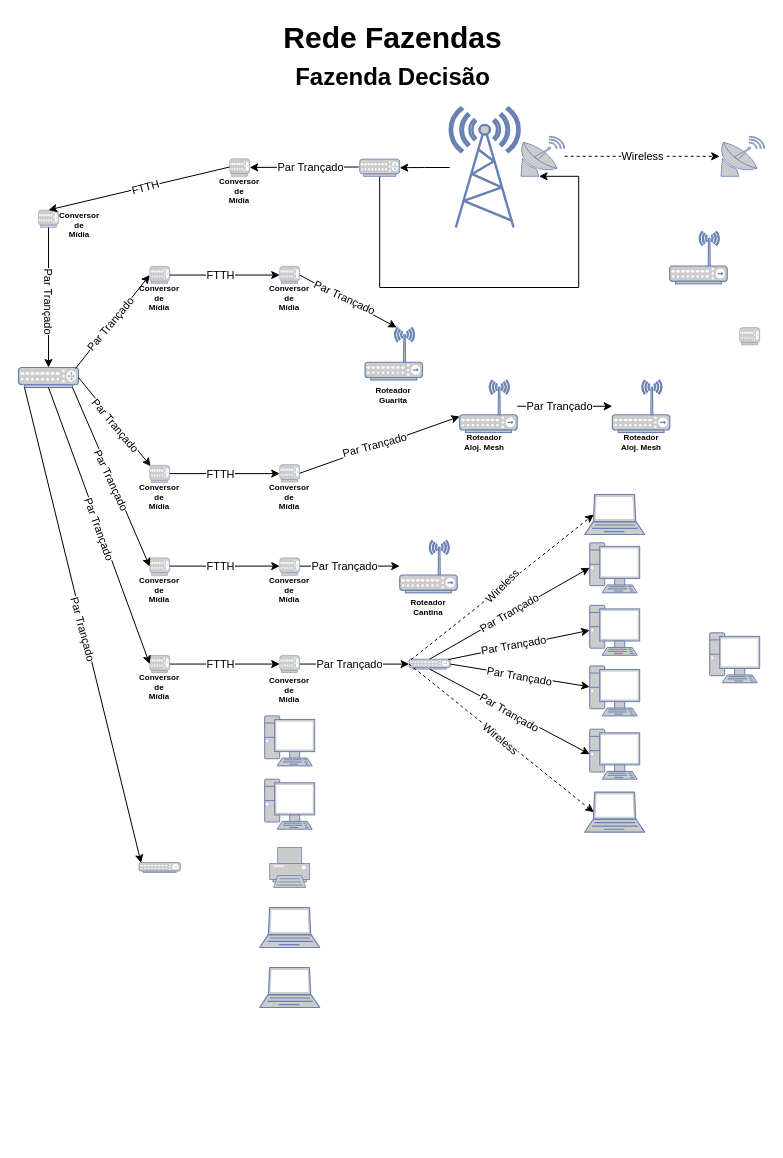
AlbertoPontes/Fluxogramas keeps this draw.io diagram as Diagrama sem nome.drawio. Above is the earlier version. Source tidied: cells renumbered, new cells numbered last; positions are measured from the earlier drawing's top-left corner, leaving out a move shared by most shapes. Both pictures are drawn from the tidied source at 100%, with x=0, y=0 at pixel (18, 17).
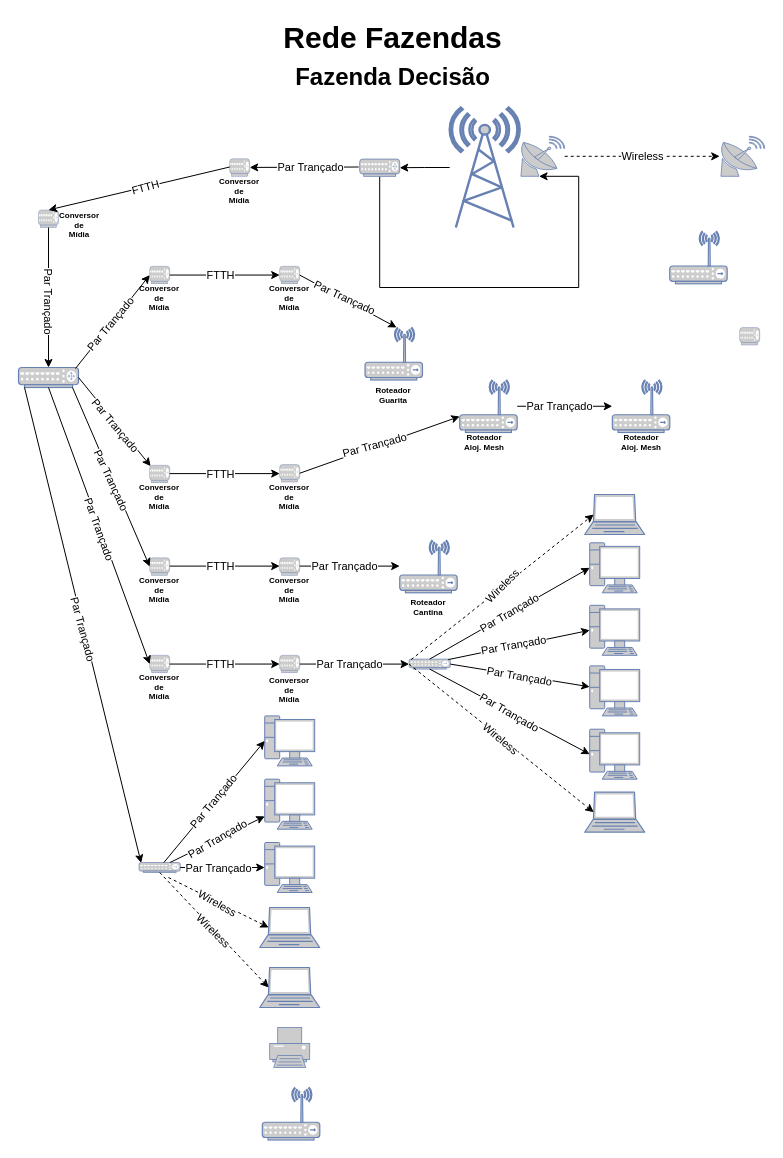
After the change.

The change refers to these unchanged cells:
```xml
<mxCell id="11" style="fontColor=#0066CC;verticalAlign=top;verticalLabelPosition=bottom;labelPosition=center;align=center;html=1;outlineConnect=0;fillColor=#CCCCCC;strokeColor=#6881B3;gradientColor=none;gradientDirection=north;strokeWidth=2;shape=mxgraph.networks.pc;" parent="1" vertex="1">
  <mxGeometry x="246.2" y="698.4" width="50" height="50" as="geometry" />
</mxCell>
<mxCell id="12" style="fontColor=#0066CC;verticalAlign=top;verticalLabelPosition=bottom;labelPosition=center;align=center;html=1;outlineConnect=0;fillColor=#CCCCCC;strokeColor=#6881B3;gradientColor=none;gradientDirection=north;strokeWidth=2;shape=mxgraph.networks.pc;" parent="1" vertex="1">
  <mxGeometry x="246.2" y="761.7" width="50" height="50" as="geometry" />
</mxCell>
<mxCell id="14" style="fontColor=#0066CC;verticalAlign=top;verticalLabelPosition=bottom;labelPosition=center;align=center;html=1;outlineConnect=0;fillColor=#CCCCCC;strokeColor=#6881B3;gradientColor=none;gradientDirection=north;strokeWidth=2;shape=mxgraph.networks.laptop;" parent="1" vertex="1">
  <mxGeometry x="241.2" y="890" width="60" height="40" as="geometry" />
</mxCell>
<mxCell id="15" style="fontColor=#0066CC;verticalAlign=top;verticalLabelPosition=bottom;labelPosition=center;align=center;html=1;outlineConnect=0;fillColor=#CCCCCC;strokeColor=#6881B3;gradientColor=none;gradientDirection=north;strokeWidth=2;shape=mxgraph.networks.laptop;" parent="1" vertex="1">
  <mxGeometry x="241.2" y="950" width="60" height="40" as="geometry" />
</mxCell>
<mxCell id="97" style="fontColor=#0066CC;verticalAlign=top;verticalLabelPosition=bottom;labelPosition=center;align=center;html=1;outlineConnect=0;fillColor=#CCCCCC;strokeColor=#6881B3;gradientColor=none;gradientDirection=north;strokeWidth=2;shape=mxgraph.networks.hub;" parent="1" vertex="1">
  <mxGeometry x="120.6" y="845" width="41.2" height="10" as="geometry" />
</mxCell>
```

The edit, as a diff of the source:
```diff
@@
     <mxCell id="13" style="fontColor=#0066CC;verticalAlign=top;verticalLabelPosition=bottom;labelPosition=center;align=center;html=1;outlineConnect=0;fillColor=#CCCCCC;strokeColor=#6881B3;gradientColor=none;gradientDirection=north;strokeWidth=2;shape=mxgraph.networks.pc;" parent="1" vertex="1">
-      <mxGeometry x="691.2" y="615.3" width="50" height="50" as="geometry" />
+      <mxGeometry x="246.2" y="825" width="50" height="50" as="geometry" />
     </mxCell>
@@
     <mxCell id="100" style="fontColor=#0066CC;verticalAlign=top;verticalLabelPosition=bottom;labelPosition=center;align=center;html=1;fillColor=#CCCCCC;strokeColor=#6881B3;gradientColor=none;gradientDirection=north;strokeWidth=2;shape=mxgraph.networks.printer;" parent="1" vertex="1">
-      <mxGeometry x="251.2" y="830" width="40" height="40" as="geometry" />
+      <mxGeometry x="251.2" y="1010" width="40" height="40" as="geometry" />
     </mxCell>
@@
+    <mxCell id="103" style="endArrow=classic;html=1;rounded=0;exitX=0.712;exitY=1.5;exitDx=0;exitDy=0;exitPerimeter=0;entryX=0.15;entryY=0.5;entryDx=0;entryDy=0;entryPerimeter=0;strokeColor=default;dashed=1;" parent="1" edge="1" source="97" target="14">
+      <mxGeometry relative="1" as="geometry" />
+    </mxCell>
+    <mxCell id="104" value="Wireless" style="edgeLabel;html=1;align=center;verticalAlign=middle;rotation=30;" parent="103" vertex="1">
+      <mxGeometry relative="1" as="geometry">
+        <mxPoint x="-1" as="offset" />
+      </mxGeometry>
+    </mxCell>
+    <mxCell id="105" style="endArrow=classic;html=1;rounded=0;exitX=0.5;exitY=1;exitDx=0;exitDy=0;exitPerimeter=0;entryX=0.15;entryY=0.5;entryDx=0;entryDy=0;entryPerimeter=0;strokeColor=default;dashed=1;" parent="1" edge="1" source="97" target="15">
+      <mxGeometry relative="1" as="geometry" />
+    </mxCell>
+    <mxCell id="106" value="Wireless" style="edgeLabel;html=1;align=center;verticalAlign=middle;rotation=45;" parent="105" vertex="1">
+      <mxGeometry relative="1" as="geometry">
+        <mxPoint x="-1" as="offset" />
+      </mxGeometry>
+    </mxCell>
+    <mxCell id="107" style="endArrow=classic;html=1;rounded=0;entryX=0;entryY=0.5;entryDx=0;entryDy=0;entryPerimeter=0;" parent="1" edge="1" source="97" target="11">
+      <mxGeometry relative="1" as="geometry" />
+    </mxCell>
+    <mxCell id="108" value="Par Trançado" style="edgeLabel;html=1;align=center;verticalAlign=middle;rotation=-50;" parent="107" vertex="1">
+      <mxGeometry relative="1" as="geometry">
+        <mxPoint x="-1" as="offset" />
+      </mxGeometry>
+    </mxCell>
+    <mxCell id="109" style="endArrow=classic;html=1;rounded=0;" parent="1" edge="1" source="97" target="12">
+      <mxGeometry relative="1" as="geometry" />
+    </mxCell>
+    <mxCell id="110" value="Par Trançado" style="edgeLabel;html=1;align=center;verticalAlign=middle;rotation=-30;" parent="109" vertex="1">
+      <mxGeometry relative="1" as="geometry">
+        <mxPoint x="-1" as="offset" />
+      </mxGeometry>
+    </mxCell>
+    <mxCell id="111" style="endArrow=classic;html=1;rounded=0;" parent="1" edge="1" source="97" target="13">
+      <mxGeometry relative="1" as="geometry" />
+    </mxCell>
+    <mxCell id="112" value="Par Trançado" style="edgeLabel;html=1;align=center;verticalAlign=middle;rotation=0;" parent="111" vertex="1">
+      <mxGeometry relative="1" as="geometry">
+        <mxPoint x="-4" as="offset" />
+      </mxGeometry>
+    </mxCell>
+    <mxCell id="113" style="fontColor=#0066CC;verticalAlign=top;verticalLabelPosition=bottom;labelPosition=center;align=center;html=1;fillColor=#CCCCCC;strokeColor=#6881B3;gradientColor=none;gradientDirection=north;strokeWidth=2;shape=mxgraph.networks.wireless_hub;" parent="1" vertex="1">
+      <mxGeometry x="243.8" y="1070" width="57.5" height="52.5" as="geometry" />
+    </mxCell>
```
